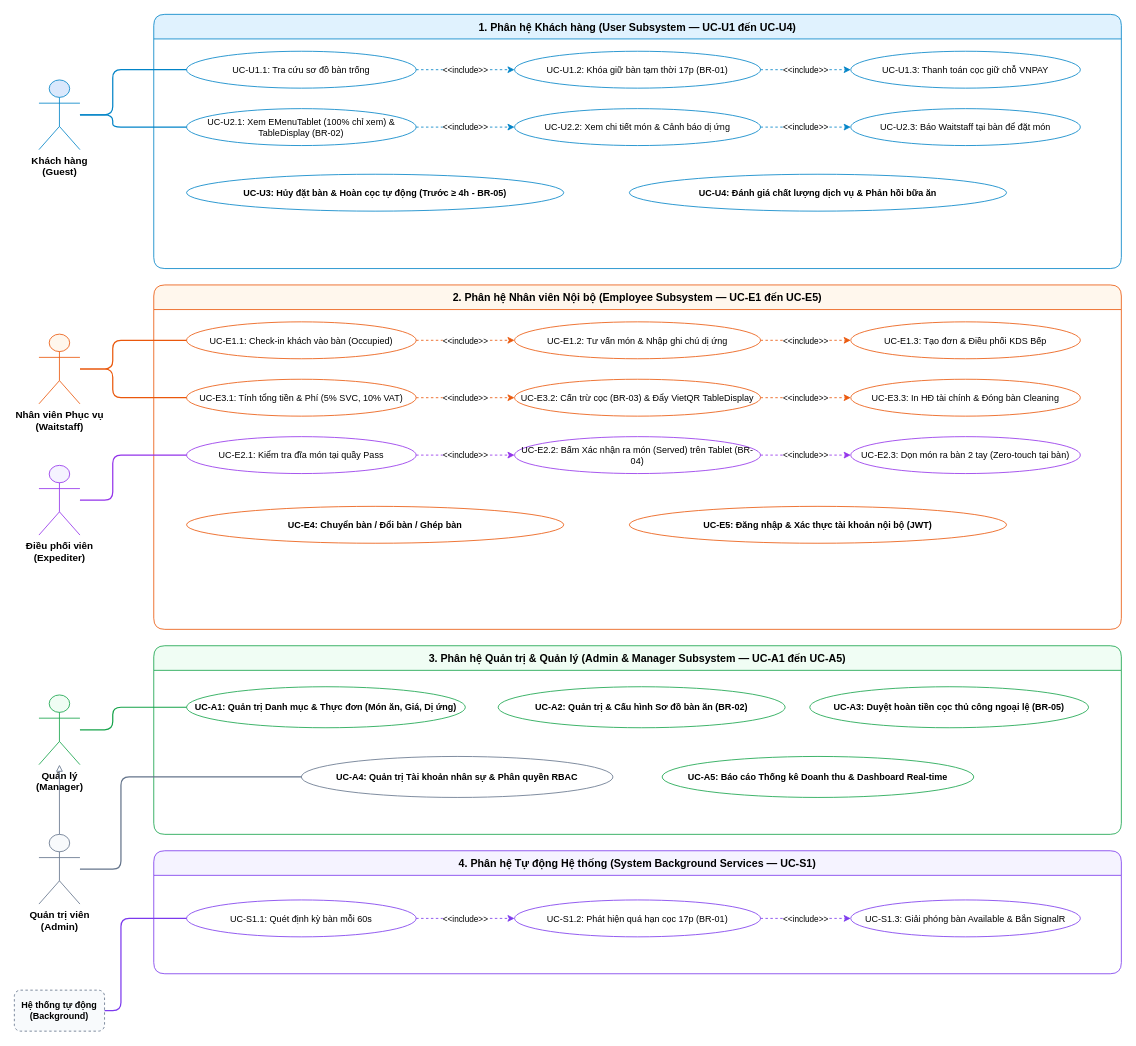
Above: docs/phase1/drawio/use_case_subsystems.drawio in AndrewQng/VinDining (draw.io), before the change. Source tidied: cells renumbered, new cells numbered last; positions are measured from the earlier drawing's top-left corner, leaving out a move shared by most shapes. Both pictures are drawn from the tidied source at 82%, with x=0, y=0 at pixel (14, 14).
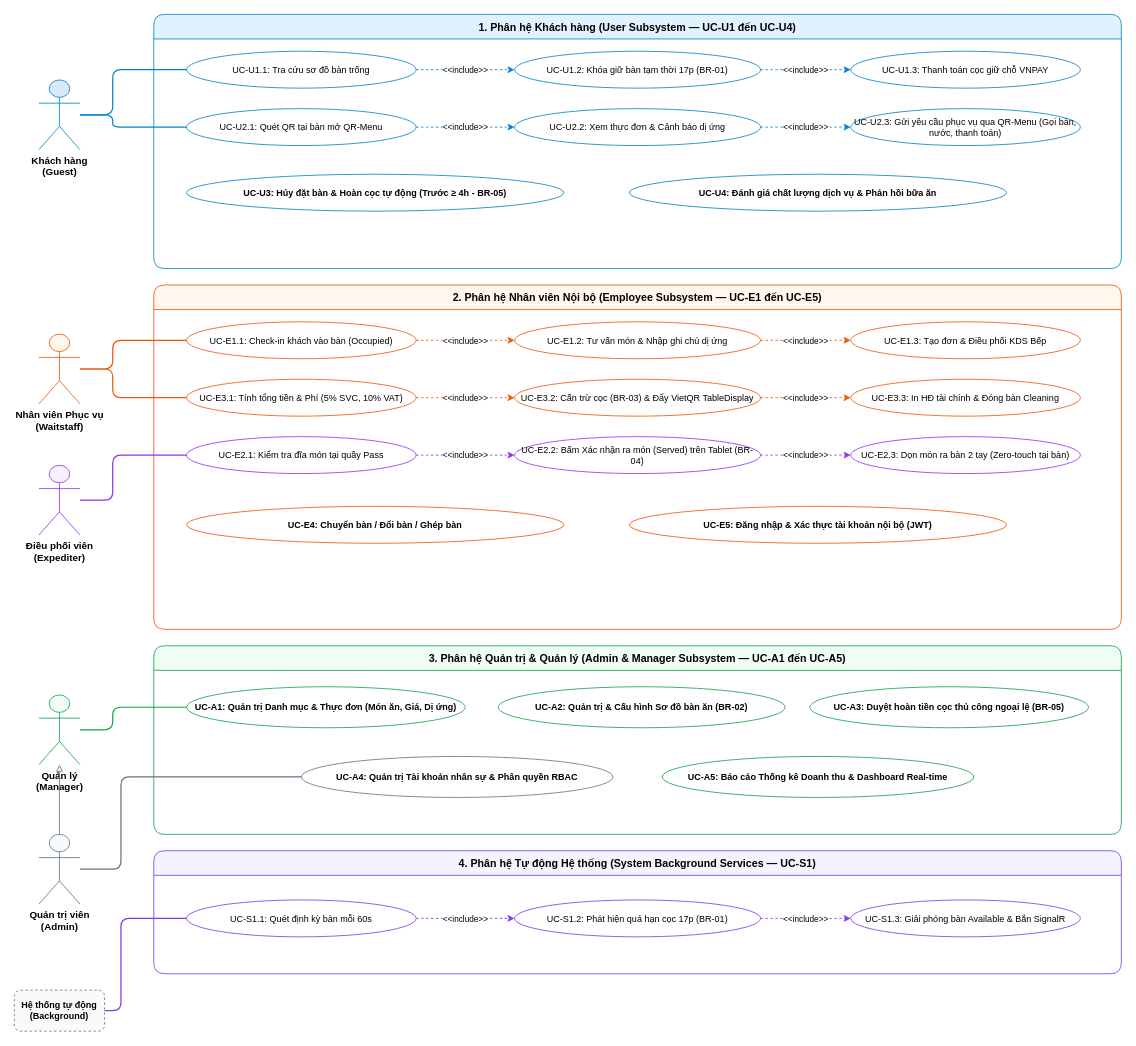
Above is the later version.

The change refers to these unchanged cells:
```xml
<mxCell id="8" value="1. Phân hệ Khách hàng (User Subsystem — UC-U1 đến UC-U4)" style="swimlane;startSize=30;fillColor=#e0f2fe;strokeColor=#0284c7;fontStyle=1;rounded=1;fontSize=13;" parent="1" vertex="1">
  <mxGeometry x="170" width="1180" height="310" as="geometry" />
</mxCell>
```

Change to the diagram source:
```diff
@@
-    <mxCell id="12" value="UC-U2.1: Xem EMenuTablet (100% chỉ xem) &amp; TableDisplay (BR-02)" style="ellipse;whiteSpace=wrap;html=1;fillColor=#ffffff;strokeColor=#0284c7;fontSize=11;" parent="8" vertex="1">
+    <mxCell id="12" value="UC-U2.1: Quét QR tại bàn mở QR-Menu" style="ellipse;whiteSpace=wrap;html=1;fillColor=#ffffff;strokeColor=#0284c7;fontSize=11;" parent="8" vertex="1">
       <mxGeometry x="40" y="115" width="280" height="45" as="geometry" />
     </mxCell>
-    <mxCell id="13" value="UC-U2.2: Xem chi tiết món &amp; Cảnh báo dị ứng" style="ellipse;whiteSpace=wrap;html=1;fillColor=#ffffff;strokeColor=#0284c7;fontSize=11;" parent="8" vertex="1">
+    <mxCell id="13" value="UC-U2.2: Xem thực đơn &amp; Cảnh báo dị ứng" style="ellipse;whiteSpace=wrap;html=1;fillColor=#ffffff;strokeColor=#0284c7;fontSize=11;" parent="8" vertex="1">
       <mxGeometry x="440" y="115" width="300" height="45" as="geometry" />
     </mxCell>
-    <mxCell id="14" value="UC-U2.3: Báo Waitstaff tại bàn để đặt món" style="ellipse;whiteSpace=wrap;html=1;fillColor=#ffffff;strokeColor=#0284c7;fontSize=11;" parent="8" vertex="1">
+    <mxCell id="14" value="UC-U2.3: Gửi yêu cầu phục vụ qua QR-Menu (Gọi bàn, nước, thanh toán)" style="ellipse;whiteSpace=wrap;html=1;fillColor=#ffffff;strokeColor=#0284c7;fontSize=11;" parent="8" vertex="1">
       <mxGeometry x="850" y="115" width="280" height="45" as="geometry" />
     </mxCell>
```
